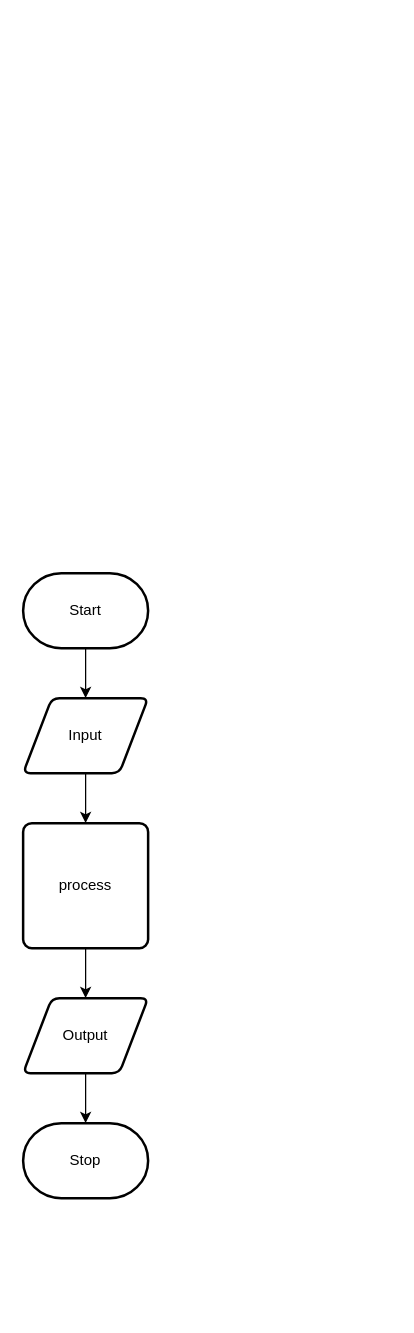
Before: design/flow-chart.drawio in Alex-Nelson-1/ICS2O-UNIT5-03-JS-ELSE-IF, a draw.io diagram. Source tidied: cells renumbered, new cells numbered last; positions are measured from the earlier drawing's top-left corner, leaving out a move shared by most shapes. Both pictures are drawn from the tidied source at 125%, with x=0, y=0 at pixel (22, 572).
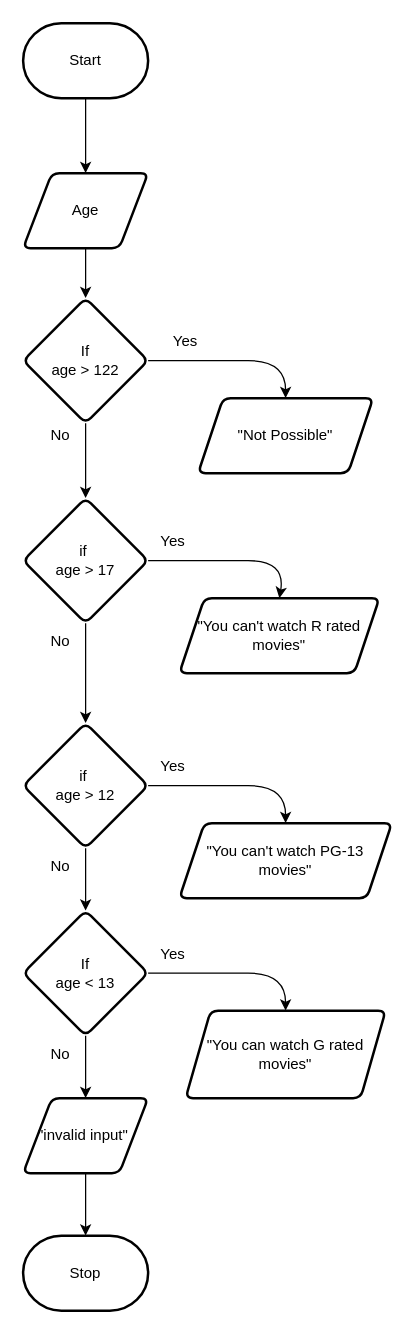
The same diagram, later.

Commit message (it also covers changes not shown here):
added flowchart and storyboard

Change to the diagram source:
```diff
@@
     <mxCell id="3" value="Start" style="strokeWidth=2;html=1;shape=mxgraph.flowchart.terminator;whiteSpace=wrap;" parent="1" vertex="1">
-      <mxGeometry width="100" height="60" as="geometry" />
+      <mxGeometry y="-440" width="100" height="60" as="geometry" />
     </mxCell>
-    <mxCell id="4" style="edgeStyle=none;html=1;" parent="1" edge="1" source="5" target="7">
-      <mxGeometry relative="1" as="geometry" />
-    </mxCell>
+    <mxCell id="11" style="edgeStyle=none;html=1;" parent="1" edge="1" source="5" target="13">
+      <mxGeometry relative="1" as="geometry" />
+    </mxCell>
-    <mxCell id="5" value="Input" style="shape=parallelogram;html=1;strokeWidth=2;perimeter=parallelogramPerimeter;whiteSpace=wrap;rounded=1;arcSize=12;size=0.23;" parent="1" vertex="1">
-      <mxGeometry y="100" width="100" height="60" as="geometry" />
+    <mxCell id="5" value="Age" style="shape=parallelogram;html=1;strokeWidth=2;perimeter=parallelogramPerimeter;whiteSpace=wrap;rounded=1;arcSize=12;size=0.23;" parent="1" vertex="1">
+      <mxGeometry y="-320" width="100" height="60" as="geometry" />
     </mxCell>
-    <mxCell id="6" style="edgeStyle=none;html=1;" parent="1" edge="1" source="7" target="9">
-      <mxGeometry relative="1" as="geometry" />
-    </mxCell>
-    <mxCell id="7" value="process" style="rounded=1;whiteSpace=wrap;html=1;absoluteArcSize=1;arcSize=14;strokeWidth=2;" parent="1" vertex="1">
-      <mxGeometry y="200" width="100" height="100" as="geometry" />
-    </mxCell>
@@
-    <mxCell id="9" value="Output" style="shape=parallelogram;html=1;strokeWidth=2;perimeter=parallelogramPerimeter;whiteSpace=wrap;rounded=1;arcSize=12;size=0.23;" parent="1" vertex="1">
-      <mxGeometry y="340" width="100" height="60" as="geometry" />
+    <mxCell id="9" value="&quot;invalid input&quot;&amp;nbsp;" style="shape=parallelogram;html=1;strokeWidth=2;perimeter=parallelogramPerimeter;whiteSpace=wrap;rounded=1;arcSize=12;size=0.23;" parent="1" vertex="1">
+      <mxGeometry y="420" width="100" height="60" as="geometry" />
     </mxCell>
     <mxCell id="10" value="Stop" style="strokeWidth=2;html=1;shape=mxgraph.flowchart.terminator;whiteSpace=wrap;" parent="1" vertex="1">
-      <mxGeometry y="440" width="100" height="60" as="geometry" />
+      <mxGeometry y="530" width="100" height="60" as="geometry" />
     </mxCell>
+    <mxCell id="12" style="edgeStyle=none;html=1;" parent="1" edge="1" source="13" target="16">
+      <mxGeometry relative="1" as="geometry" />
+    </mxCell>
+    <mxCell id="13" value="If&lt;br&gt;age &amp;gt; 122" style="rhombus;whiteSpace=wrap;html=1;strokeWidth=2;rounded=1;arcSize=12;" parent="1" vertex="1">
+      <mxGeometry y="-220" width="100" height="100" as="geometry" />
+    </mxCell>
+    <mxCell id="14" value="&quot;Not Possible&quot;" style="shape=parallelogram;perimeter=parallelogramPerimeter;whiteSpace=wrap;html=1;fixedSize=1;strokeWidth=2;rounded=1;arcSize=12;" parent="1" vertex="1">
+      <mxGeometry x="140" y="-140" width="140" height="60" as="geometry" />
+    </mxCell>
+    <mxCell id="15" style="edgeStyle=none;html=1;" parent="1" edge="1" source="16" target="21">
+      <mxGeometry relative="1" as="geometry" />
+    </mxCell>
+    <mxCell id="16" value="if&amp;nbsp;&lt;br&gt;age &amp;gt; 17" style="rhombus;whiteSpace=wrap;html=1;strokeWidth=2;rounded=1;arcSize=12;" parent="1" vertex="1">
+      <mxGeometry y="-60" width="100" height="100" as="geometry" />
+    </mxCell>
+    <mxCell id="17" style="curved=1;endArrow=classic;html=1;entryX=0.5;entryY=0;entryDx=0;entryDy=0;exitX=1;exitY=0.5;exitDx=0;exitDy=0;" parent="1" edge="1" source="13" target="14">
+      <mxGeometry relative="1" as="geometry">
+        <Array as="points">
+          <mxPoint x="150" y="-170" />
+          <mxPoint x="210" y="-170" />
+        </Array>
+      </mxGeometry>
+    </mxCell>
+    <mxCell id="18" value="&quot;You can't watch R rated movies&quot;" style="shape=parallelogram;perimeter=parallelogramPerimeter;whiteSpace=wrap;html=1;fixedSize=1;strokeWidth=2;rounded=1;arcSize=12;" parent="1" vertex="1">
+      <mxGeometry x="125" y="20" width="160" height="60" as="geometry" />
+    </mxCell>
+    <mxCell id="19" style="curved=1;endArrow=classic;html=1;entryX=0.5;entryY=0;entryDx=0;entryDy=0;exitX=1;exitY=0.5;exitDx=0;exitDy=0;" parent="1" edge="1" target="18">
+      <mxGeometry relative="1" as="geometry">
+        <mxPoint x="100" y="-10" as="sourcePoint" />
+        <Array as="points">
+          <mxPoint x="150" y="-10" />
+          <mxPoint x="210" y="-10" />
+        </Array>
+      </mxGeometry>
+    </mxCell>
+    <mxCell id="20" style="edgeStyle=none;html=1;" parent="1" edge="1" source="21" target="25">
+      <mxGeometry relative="1" as="geometry" />
+    </mxCell>
+    <mxCell id="21" value="if&amp;nbsp;&lt;br&gt;age &amp;gt; 12" style="rhombus;whiteSpace=wrap;html=1;strokeWidth=2;rounded=1;arcSize=12;" parent="1" vertex="1">
+      <mxGeometry y="120" width="100" height="100" as="geometry" />
+    </mxCell>
+    <mxCell id="22" value="&quot;You can't watch PG-13 movies&quot;" style="shape=parallelogram;perimeter=parallelogramPerimeter;whiteSpace=wrap;html=1;fixedSize=1;strokeWidth=2;rounded=1;arcSize=12;" parent="1" vertex="1">
+      <mxGeometry x="125" y="200" width="170" height="60" as="geometry" />
+    </mxCell>
+    <mxCell id="23" style="curved=1;endArrow=classic;html=1;entryX=0.5;entryY=0;entryDx=0;entryDy=0;exitX=1;exitY=0.5;exitDx=0;exitDy=0;" parent="1" edge="1" target="22">
+      <mxGeometry relative="1" as="geometry">
+        <mxPoint x="100" y="170" as="sourcePoint" />
+        <Array as="points">
+          <mxPoint x="150" y="170" />
+          <mxPoint x="210" y="170" />
+        </Array>
+      </mxGeometry>
+    </mxCell>
+    <mxCell id="24" style="edgeStyle=none;html=1;" parent="1" edge="1" source="25" target="9">
+      <mxGeometry relative="1" as="geometry" />
+    </mxCell>
+    <mxCell id="25" value="If&lt;br&gt;age &amp;lt; 13" style="rhombus;whiteSpace=wrap;html=1;strokeWidth=2;rounded=1;arcSize=12;" parent="1" vertex="1">
+      <mxGeometry y="270" width="100" height="100" as="geometry" />
+    </mxCell>
+    <mxCell id="26" value="&quot;You can watch G rated movies&quot;" style="shape=parallelogram;perimeter=parallelogramPerimeter;whiteSpace=wrap;html=1;fixedSize=1;strokeWidth=2;rounded=1;arcSize=12;" parent="1" vertex="1">
+      <mxGeometry x="130" y="350" width="160" height="70" as="geometry" />
+    </mxCell>
+    <mxCell id="27" style="curved=1;endArrow=classic;html=1;entryX=0.5;entryY=0;entryDx=0;entryDy=0;exitX=1;exitY=0.5;exitDx=0;exitDy=0;" parent="1" edge="1" target="26">
+      <mxGeometry relative="1" as="geometry">
+        <mxPoint x="100" y="320" as="sourcePoint" />
+        <Array as="points">
+          <mxPoint x="150" y="320" />
+          <mxPoint x="210" y="320" />
+        </Array>
+      </mxGeometry>
+    </mxCell>
+    <mxCell id="28" value="Yes" style="text;html=1;strokeColor=none;fillColor=none;align=center;verticalAlign=middle;whiteSpace=wrap;rounded=0;" parent="1" vertex="1">
+      <mxGeometry x="90" y="140" width="60" height="30" as="geometry" />
+    </mxCell>
+    <mxCell id="29" value="Yes" style="text;html=1;strokeColor=none;fillColor=none;align=center;verticalAlign=middle;whiteSpace=wrap;rounded=0;" parent="1" vertex="1">
+      <mxGeometry x="90" y="290" width="60" height="30" as="geometry" />
+    </mxCell>
+    <mxCell id="30" value="Yes" style="text;html=1;strokeColor=none;fillColor=none;align=center;verticalAlign=middle;whiteSpace=wrap;rounded=0;" parent="1" vertex="1">
+      <mxGeometry x="90" y="-40" width="60" height="30" as="geometry" />
+    </mxCell>
+    <mxCell id="31" value="Yes" style="text;html=1;strokeColor=none;fillColor=none;align=center;verticalAlign=middle;whiteSpace=wrap;rounded=0;" parent="1" vertex="1">
+      <mxGeometry x="100" y="-200" width="60" height="30" as="geometry" />
+    </mxCell>
+    <mxCell id="32" value="No" style="text;html=1;strokeColor=none;fillColor=none;align=center;verticalAlign=middle;whiteSpace=wrap;rounded=0;" parent="1" vertex="1">
+      <mxGeometry y="220" width="60" height="30" as="geometry" />
+    </mxCell>
+    <mxCell id="33" value="No" style="text;html=1;strokeColor=none;fillColor=none;align=center;verticalAlign=middle;whiteSpace=wrap;rounded=0;" parent="1" vertex="1">
+      <mxGeometry y="370" width="60" height="30" as="geometry" />
+    </mxCell>
+    <mxCell id="34" value="No" style="text;html=1;strokeColor=none;fillColor=none;align=center;verticalAlign=middle;whiteSpace=wrap;rounded=0;" parent="1" vertex="1">
+      <mxGeometry y="40" width="60" height="30" as="geometry" />
+    </mxCell>
+    <mxCell id="35" value="No" style="text;html=1;strokeColor=none;fillColor=none;align=center;verticalAlign=middle;whiteSpace=wrap;rounded=0;" parent="1" vertex="1">
+      <mxGeometry y="-125" width="60" height="30" as="geometry" />
+    </mxCell>
```
